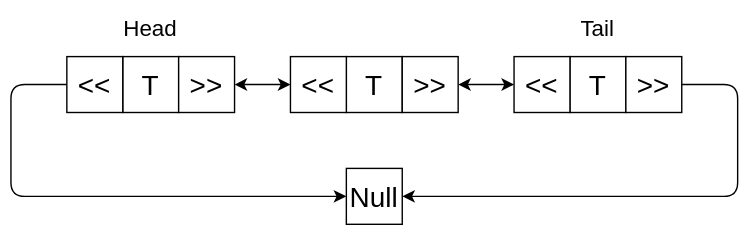
Earlier version of the draw.io export Diagrams/Concrete_Data-Structures/Doubly_Linked_List.svg (DominicSieli/Computer-Science). Source tidied: cells renumbered, new cells last; positions are measured from the earlier drawing's top-left corner, leaving out a move shared by most shapes.
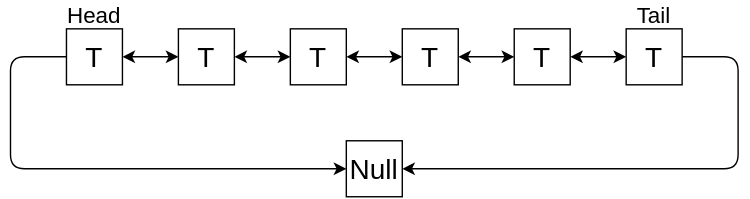
The same diagram one commit later.

Change to the diagram source:
```diff
@@ -2,13 +2,10 @@
   <root>
     <mxCell id="0" />
     <mxCell id="1" parent="0" />
-    <mxCell id="2" value="&lt;font style=&quot;font-size: 20px&quot;&gt;T&lt;br&gt;&lt;/font&gt;" style="rounded=0;whiteSpace=wrap;html=1;" parent="1" vertex="1">
-      <mxGeometry x="80" y="40" width="40" height="40" as="geometry" />
-    </mxCell>
-    <mxCell id="3" value="&lt;font style=&quot;font-size: 20px&quot;&gt;&amp;gt;&amp;gt;&lt;/font&gt;" style="rounded=0;whiteSpace=wrap;html=1;" parent="1" vertex="1">
+    <mxCell id="3" value="&lt;font style=&quot;font-size: 20px&quot;&gt;T&lt;/font&gt;" style="rounded=0;whiteSpace=wrap;html=1;" parent="1" vertex="1">
       <mxGeometry x="120" y="40" width="40" height="40" as="geometry" />
     </mxCell>
-    <mxCell id="4" value="&lt;font style=&quot;font-size: 20px&quot;&gt;&amp;lt;&amp;lt;&lt;/font&gt;" style="rounded=0;whiteSpace=wrap;html=1;" parent="1" vertex="1">
+    <mxCell id="4" value="&lt;font style=&quot;font-size: 20px&quot;&gt;T&lt;/font&gt;" style="rounded=0;whiteSpace=wrap;html=1;" parent="1" vertex="1">
       <mxGeometry x="40" y="40" width="40" height="40" as="geometry" />
     </mxCell>
     <mxCell id="5" style="endArrow=classic;startArrow=classic;html=1;exitX=1;exitY=0.5;exitDx=0;exitDy=0;" parent="1" edge="1" source="3">
@@ -35,32 +32,35 @@
         </Array>
       </mxGeometry>
     </mxCell>
-    <mxCell id="9" value="&lt;font style=&quot;font-size: 20px&quot;&gt;T&lt;br&gt;&lt;/font&gt;" style="rounded=0;whiteSpace=wrap;html=1;" parent="1" vertex="1">
-      <mxGeometry x="240" y="40" width="40" height="40" as="geometry" />
-    </mxCell>
-    <mxCell id="10" value="&lt;font style=&quot;font-size: 20px&quot;&gt;&amp;gt;&amp;gt;&lt;/font&gt;" style="rounded=0;whiteSpace=wrap;html=1;" parent="1" vertex="1">
+    <mxCell id="10" value="&lt;font style=&quot;font-size: 20px&quot;&gt;T&lt;/font&gt;" style="rounded=0;whiteSpace=wrap;html=1;" parent="1" vertex="1">
       <mxGeometry x="280" y="40" width="40" height="40" as="geometry" />
     </mxCell>
-    <mxCell id="11" value="&lt;font style=&quot;font-size: 20px&quot;&gt;&amp;lt;&amp;lt;&lt;/font&gt;" style="rounded=0;whiteSpace=wrap;html=1;" parent="1" vertex="1">
+    <mxCell id="11" value="&lt;font style=&quot;font-size: 20px&quot;&gt;T&lt;/font&gt;" style="rounded=0;whiteSpace=wrap;html=1;" parent="1" vertex="1">
       <mxGeometry x="200" y="40" width="40" height="40" as="geometry" />
     </mxCell>
-    <mxCell id="12" value="&lt;font style=&quot;font-size: 20px&quot;&gt;T&lt;br&gt;&lt;/font&gt;" style="rounded=0;whiteSpace=wrap;html=1;" parent="1" vertex="1">
-      <mxGeometry x="400" y="40" width="40" height="40" as="geometry" />
-    </mxCell>
-    <mxCell id="13" value="&lt;font style=&quot;font-size: 20px&quot;&gt;&amp;gt;&amp;gt;&lt;/font&gt;" style="rounded=0;whiteSpace=wrap;html=1;" parent="1" vertex="1">
+    <mxCell id="13" value="&lt;font style=&quot;font-size: 20px&quot;&gt;T&lt;/font&gt;" style="rounded=0;whiteSpace=wrap;html=1;" parent="1" vertex="1">
       <mxGeometry x="440" y="40" width="40" height="40" as="geometry" />
     </mxCell>
-    <mxCell id="14" value="&lt;font style=&quot;font-size: 20px&quot;&gt;&amp;lt;&amp;lt;&lt;/font&gt;" style="rounded=0;whiteSpace=wrap;html=1;" parent="1" vertex="1">
+    <mxCell id="14" value="&lt;font style=&quot;font-size: 20px&quot;&gt;T&lt;/font&gt;" style="rounded=0;whiteSpace=wrap;html=1;" parent="1" vertex="1">
       <mxGeometry x="360" y="40" width="40" height="40" as="geometry" />
     </mxCell>
     <mxCell id="15" style="endArrow=classic;startArrow=classic;html=1;exitX=1;exitY=0.5;exitDx=0;exitDy=0;entryX=0;entryY=0.5;entryDx=0;entryDy=0;" parent="1" edge="1" source="10" target="14">
       <mxGeometry relative="1" as="geometry" />
     </mxCell>
     <mxCell id="16" value="&lt;font style=&quot;font-size: 16px&quot;&gt;Head&lt;/font&gt;" style="text;html=1;strokeColor=none;fillColor=none;align=center;verticalAlign=middle;whiteSpace=wrap;rounded=0;" parent="1" vertex="1">
-      <mxGeometry x="60" width="80" height="40" as="geometry" />
+      <mxGeometry x="40" y="20" width="40" height="20" as="geometry" />
     </mxCell>
     <mxCell id="17" value="&lt;font style=&quot;font-size: 16px&quot;&gt;Tail&lt;/font&gt;" style="text;html=1;strokeColor=none;fillColor=none;align=center;verticalAlign=middle;whiteSpace=wrap;rounded=0;" parent="1" vertex="1">
-      <mxGeometry x="380" width="80" height="40" as="geometry" />
+      <mxGeometry x="440" y="20" width="40" height="20" as="geometry" />
     </mxCell>
+    <mxCell id="18" style="endArrow=classic;startArrow=classic;html=1;exitX=1;exitY=0.5;exitDx=0;exitDy=0;entryX=0;entryY=0.5;entryDx=0;entryDy=0;" parent="1" edge="1" source="4" target="3">
+      <mxGeometry relative="1" as="geometry" />
+    </mxCell>
+    <mxCell id="19" style="endArrow=classic;startArrow=classic;html=1;exitX=1;exitY=0.5;exitDx=0;exitDy=0;entryX=0;entryY=0.5;entryDx=0;entryDy=0;" parent="1" edge="1" source="11" target="10">
+      <mxGeometry relative="1" as="geometry" />
+    </mxCell>
+    <mxCell id="20" style="endArrow=classic;startArrow=classic;html=1;entryX=0;entryY=0.5;entryDx=0;entryDy=0;exitX=1;exitY=0.5;exitDx=0;exitDy=0;" parent="1" edge="1" source="14" target="13">
+      <mxGeometry relative="1" as="geometry" />
+    </mxCell>
   </root>
 </mxGraphModel>
```
